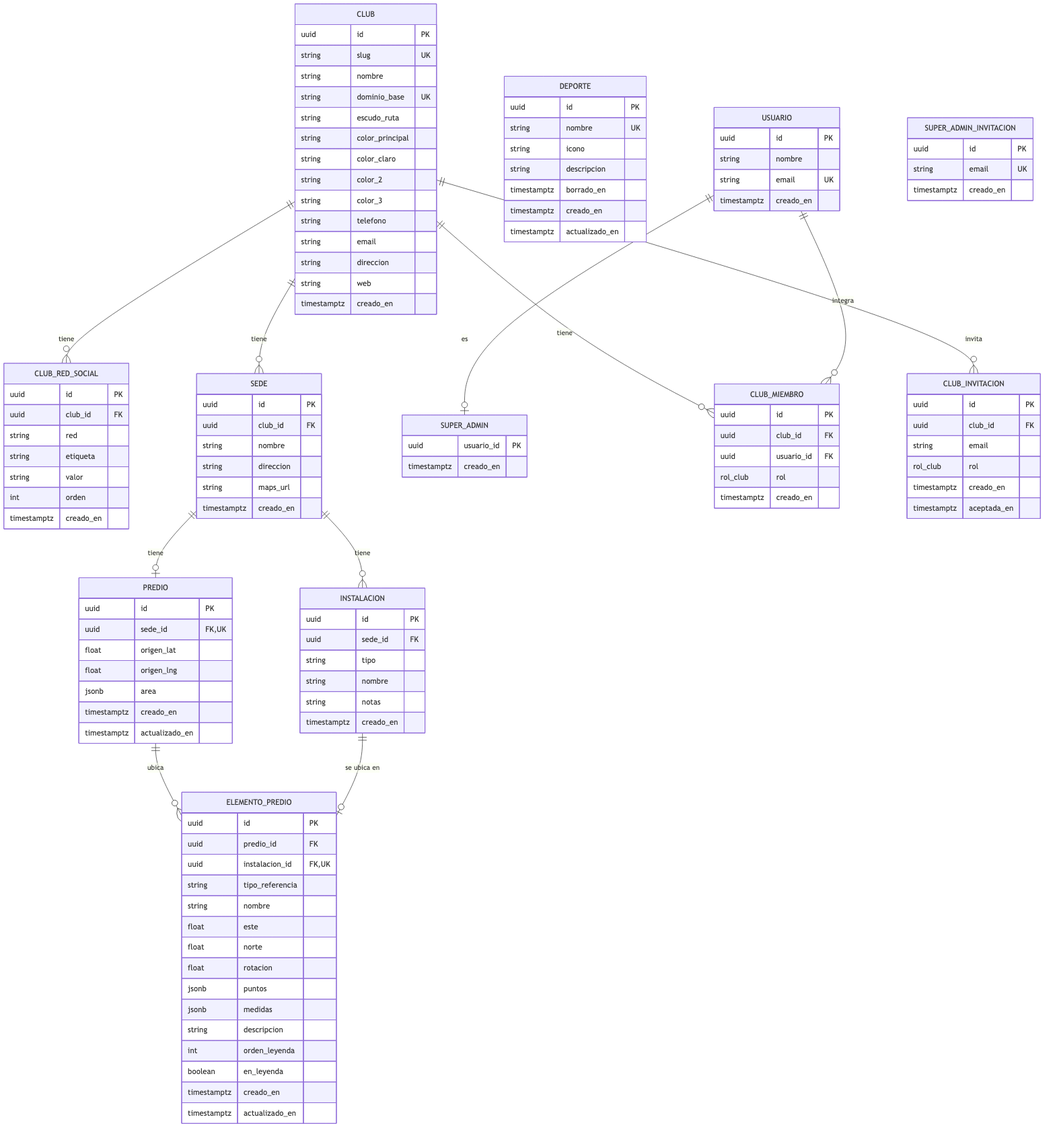
The Mermaid diagram docs/der-el-club.png in jvallelunga/el-club-app, before a commit. Its source is kept beside it as docs/der-el-club.mmd.
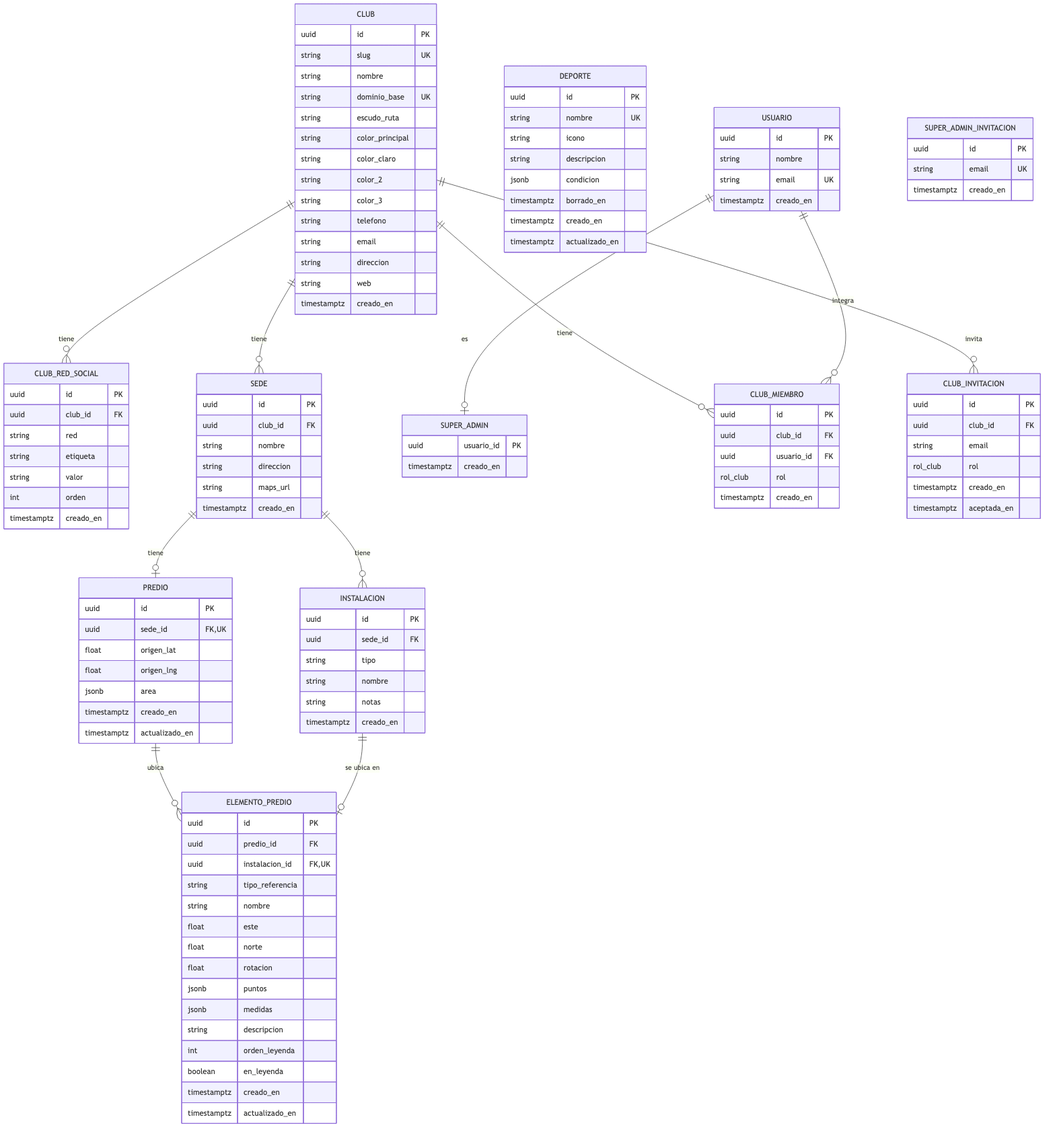
After the commit.

Diff of the diagram source:
```diff
@@ -71,6 +71,7 @@
         string nombre UK
         string icono
         string descripcion
+        jsonb condicion
         timestamptz borrado_en
         timestamptz creado_en
         timestamptz actualizado_en
```
